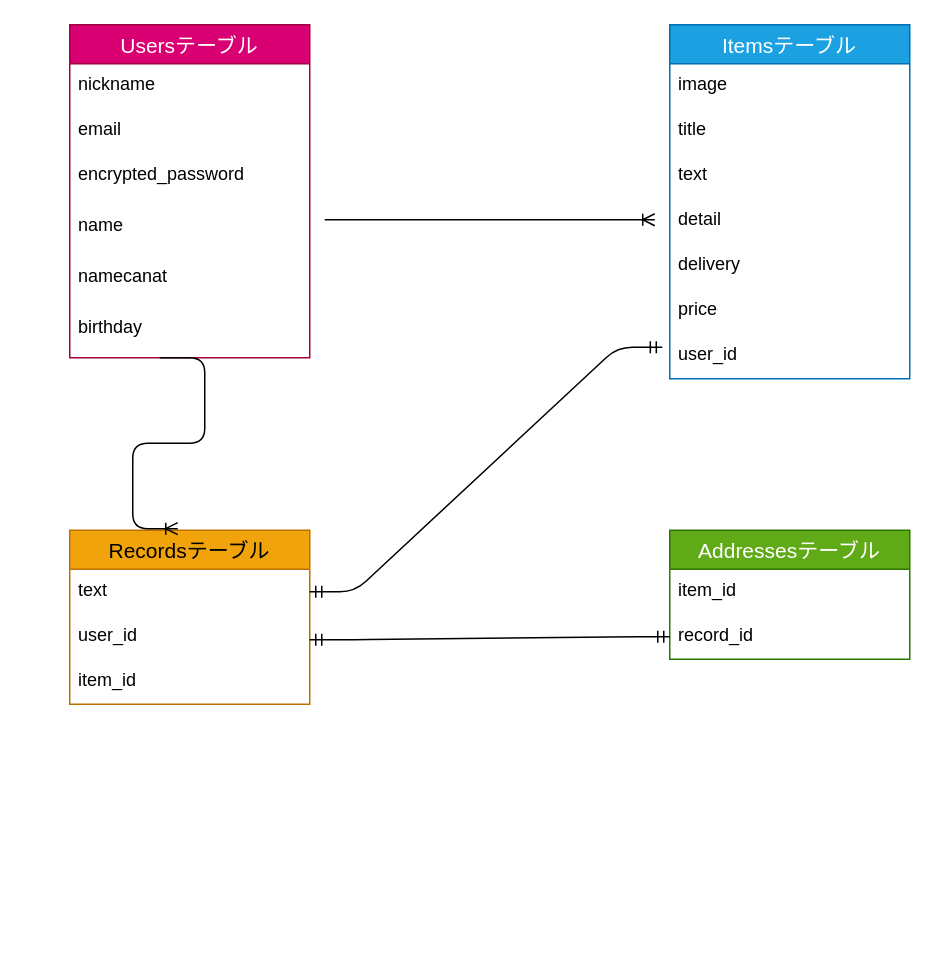
Above: furima.dio in bo-domi/furima-36197 (draw.io), before the change. Source tidied: cells renumbered, new cells numbered last; positions are measured from the earlier drawing's top-left corner, leaving out a move shared by most shapes. Both pictures are drawn from the tidied source at 150%, with x=0, y=0 at pixel (69, 24).
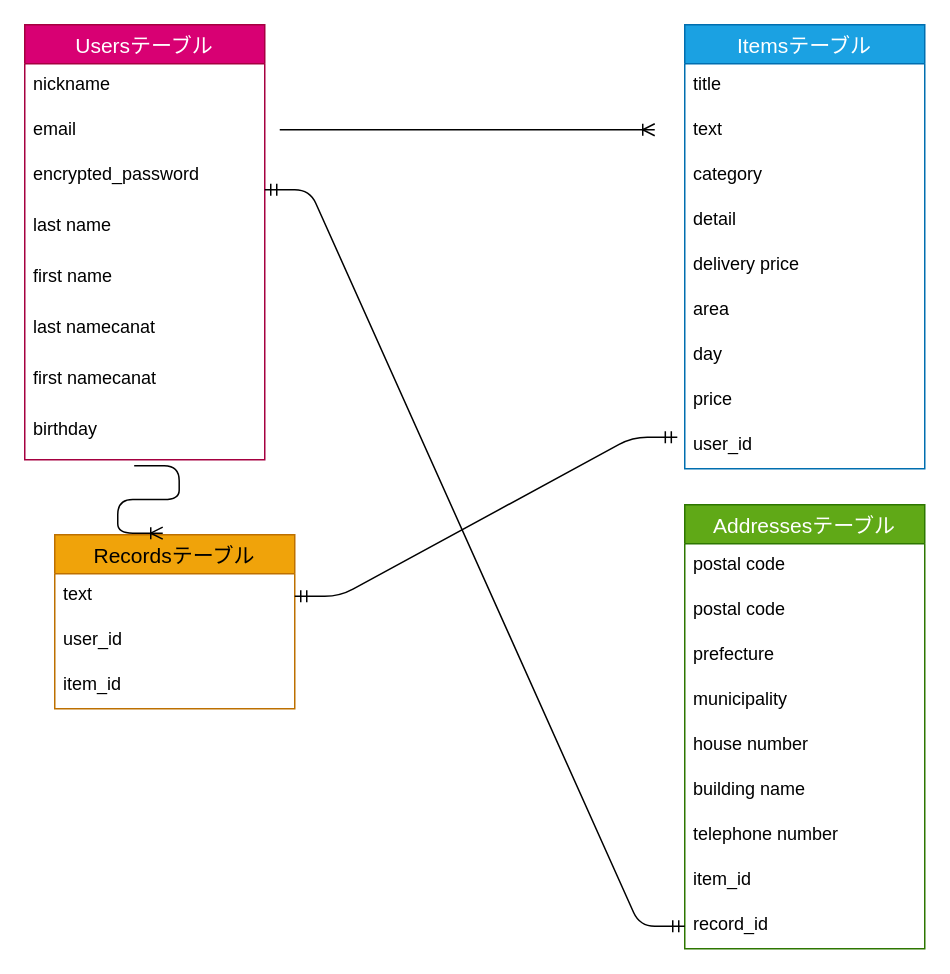
The same page after the edit.

Unchanged cells that the change refers to:
```xml
<mxCell id="9" value="encrypted_password" style="text;strokeColor=none;fillColor=none;spacingLeft=4;spacingRight=4;overflow=hidden;points=[[0,0.5],[1,0.5]];portConstraint=eastwest;fontSize=12;" parent="6" vertex="1">
  <mxGeometry y="86" width="160" height="34" as="geometry" />
</mxCell>
```

Change to the diagram source:
```diff
@@
     <mxCell id="2" value="Recordsテーブル" style="swimlane;fontStyle=0;horizontal=1;startSize=26;align=center;fontSize=14;fillColor=#f0a30a;strokeColor=#BD7000;fontColor=#000000;" parent="1" vertex="1">
-      <mxGeometry y="337" width="160" height="116" as="geometry" />
+      <mxGeometry x="-10" y="340" width="160" height="116" as="geometry" />
     </mxCell>
@@
     <mxCell id="6" value="Usersテーブル" style="swimlane;fontStyle=0;horizontal=1;startSize=26;align=center;fontSize=14;fillColor=#d80073;strokeColor=#A50040;fontColor=#ffffff;" parent="1" vertex="1">
-      <mxGeometry width="160" height="222" as="geometry" />
+      <mxGeometry x="-30" width="160" height="290" as="geometry" />
     </mxCell>
@@
-    <mxCell id="10" value="name" style="text;strokeColor=none;fillColor=none;spacingLeft=4;spacingRight=4;overflow=hidden;fontSize=12;" parent="6" vertex="1">
+    <mxCell id="10" value="last name" style="text;strokeColor=none;fillColor=none;spacingLeft=4;spacingRight=4;overflow=hidden;fontSize=12;" parent="6" vertex="1">
       <mxGeometry y="120" width="160" height="34" as="geometry" />
     </mxCell>
+    <mxCell id="28" value="first name" style="text;strokeColor=none;fillColor=none;spacingLeft=4;spacingRight=4;overflow=hidden;fontSize=12;" parent="6" vertex="1">
+      <mxGeometry y="154" width="160" height="34" as="geometry" />
+    </mxCell>
-    <mxCell id="11" value="namecanat" style="text;strokeColor=none;fillColor=none;spacingLeft=4;spacingRight=4;overflow=hidden;fontSize=12;" parent="6" vertex="1">
-      <mxGeometry y="154" width="160" height="34" as="geometry" />
+    <mxCell id="11" value="last namecanat" style="text;strokeColor=none;fillColor=none;spacingLeft=4;spacingRight=4;overflow=hidden;fontSize=12;" parent="6" vertex="1">
+      <mxGeometry y="188" width="160" height="34" as="geometry" />
     </mxCell>
+    <mxCell id="29" value="first namecanat" style="text;strokeColor=none;fillColor=none;spacingLeft=4;spacingRight=4;overflow=hidden;fontSize=12;" parent="6" vertex="1">
+      <mxGeometry y="222" width="160" height="34" as="geometry" />
+    </mxCell>
     <mxCell id="12" value="birthday" style="text;strokeColor=none;fillColor=none;spacingLeft=4;spacingRight=4;overflow=hidden;points=[[0,0.5],[1,0.5]];portConstraint=eastwest;fontSize=12;" parent="6" vertex="1">
-      <mxGeometry y="188" width="160" height="34" as="geometry" />
+      <mxGeometry y="256" width="160" height="34" as="geometry" />
     </mxCell>
     <mxCell id="13" value="Itemsテーブル" style="swimlane;fontStyle=0;horizontal=1;startSize=26;align=center;fontSize=14;fillColor=#1ba1e2;strokeColor=#006EAF;fontColor=#ffffff;" parent="1" vertex="1">
-      <mxGeometry x="400" width="160" height="236" as="geometry" />
+      <mxGeometry x="410" width="160" height="296" as="geometry" />
     </mxCell>
-    <mxCell id="14" value="image" style="text;strokeColor=none;fillColor=none;spacingLeft=4;spacingRight=4;overflow=hidden;fontSize=12;" parent="13" vertex="1">
-      <mxGeometry y="26" width="160" height="30" as="geometry" />
-    </mxCell>
     <mxCell id="15" value="title" style="text;strokeColor=none;fillColor=none;spacingLeft=4;spacingRight=4;overflow=hidden;fontSize=12;" parent="13" vertex="1">
-      <mxGeometry y="56" width="160" height="30" as="geometry" />
+      <mxGeometry y="26" width="160" height="30" as="geometry" />
     </mxCell>
     <mxCell id="16" value="text" style="text;strokeColor=none;fillColor=none;spacingLeft=4;spacingRight=4;overflow=hidden;fontSize=12;" parent="13" vertex="1">
-      <mxGeometry y="86" width="160" height="30" as="geometry" />
+      <mxGeometry y="56" width="160" height="30" as="geometry" />
     </mxCell>
+    <mxCell id="30" value="category" style="text;strokeColor=none;fillColor=none;spacingLeft=4;spacingRight=4;overflow=hidden;fontSize=12;" parent="13" vertex="1">
+      <mxGeometry y="86" width="160" height="30" as="geometry" />
+    </mxCell>
@@
-    <mxCell id="18" value="delivery" style="text;strokeColor=none;fillColor=none;spacingLeft=4;spacingRight=4;overflow=hidden;fontSize=12;" parent="13" vertex="1">
+    <mxCell id="18" value="delivery price" style="text;strokeColor=none;fillColor=none;spacingLeft=4;spacingRight=4;overflow=hidden;fontSize=12;" parent="13" vertex="1">
       <mxGeometry y="146" width="160" height="30" as="geometry" />
     </mxCell>
+    <mxCell id="31" value="area" style="text;strokeColor=none;fillColor=none;spacingLeft=4;spacingRight=4;overflow=hidden;fontSize=12;" parent="13" vertex="1">
+      <mxGeometry y="176" width="160" height="30" as="geometry" />
+    </mxCell>
+    <mxCell id="32" value="day" style="text;strokeColor=none;fillColor=none;spacingLeft=4;spacingRight=4;overflow=hidden;fontSize=12;" parent="13" vertex="1">
+      <mxGeometry y="206" width="160" height="30" as="geometry" />
+    </mxCell>
     <mxCell id="19" value="price" style="text;strokeColor=none;fillColor=none;spacingLeft=4;spacingRight=4;overflow=hidden;fontSize=12;" parent="13" vertex="1">
-      <mxGeometry y="176" width="160" height="30" as="geometry" />
+      <mxGeometry y="236" width="160" height="30" as="geometry" />
     </mxCell>
     <mxCell id="20" value="user_id" style="text;strokeColor=none;fillColor=none;spacingLeft=4;spacingRight=4;overflow=hidden;points=[[0,0.5],[1,0.5]];portConstraint=eastwest;fontSize=12;" parent="13" vertex="1">
-      <mxGeometry y="206" width="160" height="30" as="geometry" />
+      <mxGeometry y="266" width="160" height="30" as="geometry" />
     </mxCell>
     <mxCell id="21" value="Addressesテーブル" style="swimlane;fontStyle=0;horizontal=1;startSize=26;align=center;fontSize=14;fillColor=#60a917;strokeColor=#2D7600;fontColor=#ffffff;" parent="1" vertex="1">
-      <mxGeometry x="400" y="337" width="160" height="86" as="geometry" />
+      <mxGeometry x="410" y="320" width="160" height="296" as="geometry" />
     </mxCell>
-    <mxCell id="22" value="item_id" style="text;strokeColor=none;fillColor=none;spacingLeft=4;spacingRight=4;overflow=hidden;fontSize=12;" parent="21" vertex="1">
+    <mxCell id="22" value="postal code" style="text;strokeColor=none;fillColor=none;spacingLeft=4;spacingRight=4;overflow=hidden;fontSize=12;" parent="21" vertex="1">
       <mxGeometry y="26" width="160" height="30" as="geometry" />
     </mxCell>
+    <mxCell id="33" value="postal code" style="text;strokeColor=none;fillColor=none;spacingLeft=4;spacingRight=4;overflow=hidden;fontSize=12;" parent="21" vertex="1">
+      <mxGeometry y="56" width="160" height="30" as="geometry" />
+    </mxCell>
+    <mxCell id="34" value="prefecture" style="text;strokeColor=none;fillColor=none;spacingLeft=4;spacingRight=4;overflow=hidden;fontSize=12;" parent="21" vertex="1">
+      <mxGeometry y="86" width="160" height="30" as="geometry" />
+    </mxCell>
+    <mxCell id="35" value="municipality" style="text;strokeColor=none;fillColor=none;spacingLeft=4;spacingRight=4;overflow=hidden;fontSize=12;" parent="21" vertex="1">
+      <mxGeometry y="116" width="160" height="30" as="geometry" />
+    </mxCell>
+    <mxCell id="36" value="house number" style="text;strokeColor=none;fillColor=none;spacingLeft=4;spacingRight=4;overflow=hidden;fontSize=12;" parent="21" vertex="1">
+      <mxGeometry y="146" width="160" height="30" as="geometry" />
+    </mxCell>
+    <mxCell id="37" value="building name" style="text;strokeColor=none;fillColor=none;spacingLeft=4;spacingRight=4;overflow=hidden;fontSize=12;" parent="21" vertex="1">
+      <mxGeometry y="176" width="160" height="30" as="geometry" />
+    </mxCell>
+    <mxCell id="38" value="telephone number" style="text;strokeColor=none;fillColor=none;spacingLeft=4;spacingRight=4;overflow=hidden;fontSize=12;" parent="21" vertex="1">
+      <mxGeometry y="206" width="160" height="30" as="geometry" />
+    </mxCell>
+    <mxCell id="39" value="item_id" style="text;strokeColor=none;fillColor=none;spacingLeft=4;spacingRight=4;overflow=hidden;fontSize=12;" parent="21" vertex="1">
+      <mxGeometry y="236" width="160" height="30" as="geometry" />
+    </mxCell>
     <mxCell id="23" value="record_id" style="text;strokeColor=none;fillColor=none;spacingLeft=4;spacingRight=4;overflow=hidden;points=[[0,0.5],[1,0.5]];portConstraint=eastwest;fontSize=12;" parent="21" vertex="1">
-      <mxGeometry y="56" width="160" height="30" as="geometry" />
+      <mxGeometry y="266" width="160" height="30" as="geometry" />
     </mxCell>
     <mxCell id="24" style="edgeStyle=entityRelationEdgeStyle;fontSize=12;html=1;endArrow=ERoneToMany;" parent="1" edge="1">
       <mxGeometry relative="1" as="geometry">
-        <mxPoint x="170" y="130" as="sourcePoint" />
-        <mxPoint x="390" y="130" as="targetPoint" />
+        <mxPoint x="140" y="70" as="sourcePoint" />
+        <mxPoint x="390" y="70" as="targetPoint" />
       </mxGeometry>
     </mxCell>
-    <mxCell id="25" style="edgeStyle=entityRelationEdgeStyle;fontSize=12;html=1;endArrow=ERoneToMany;entryX=0.45;entryY=-0.009;entryDx=0;entryDy=0;entryPerimeter=0;" parent="1" edge="1" target="2">
-      <mxGeometry relative="1" as="geometry">
-        <mxPoint x="60" y="222" as="sourcePoint" />
-      </mxGeometry>
+    <mxCell id="25" style="edgeStyle=entityRelationEdgeStyle;fontSize=12;html=1;endArrow=ERoneToMany;entryX=0.45;entryY=-0.009;entryDx=0;entryDy=0;entryPerimeter=0;exitX=0.456;exitY=1.118;exitDx=0;exitDy=0;exitPerimeter=0;" parent="1" edge="1" source="12" target="2">
+      <mxGeometry relative="1" as="geometry" />
     </mxCell>
@@
-    <mxCell id="27" style="edgeStyle=entityRelationEdgeStyle;fontSize=12;html=1;endArrow=ERmandOne;startArrow=ERmandOne;entryX=0;entryY=0.5;entryDx=0;entryDy=0;" parent="1" edge="1" target="23">
-      <mxGeometry relative="1" as="geometry">
-        <mxPoint x="160" y="410" as="sourcePoint" />
-      </mxGeometry>
+    <mxCell id="27" style="edgeStyle=entityRelationEdgeStyle;fontSize=12;html=1;endArrow=ERmandOne;startArrow=ERmandOne;entryX=0;entryY=0.5;entryDx=0;entryDy=0;exitX=1;exitY=0.706;exitDx=0;exitDy=0;exitPerimeter=0;" parent="1" edge="1" source="9" target="23">
+      <mxGeometry relative="1" as="geometry" />
     </mxCell>
```
